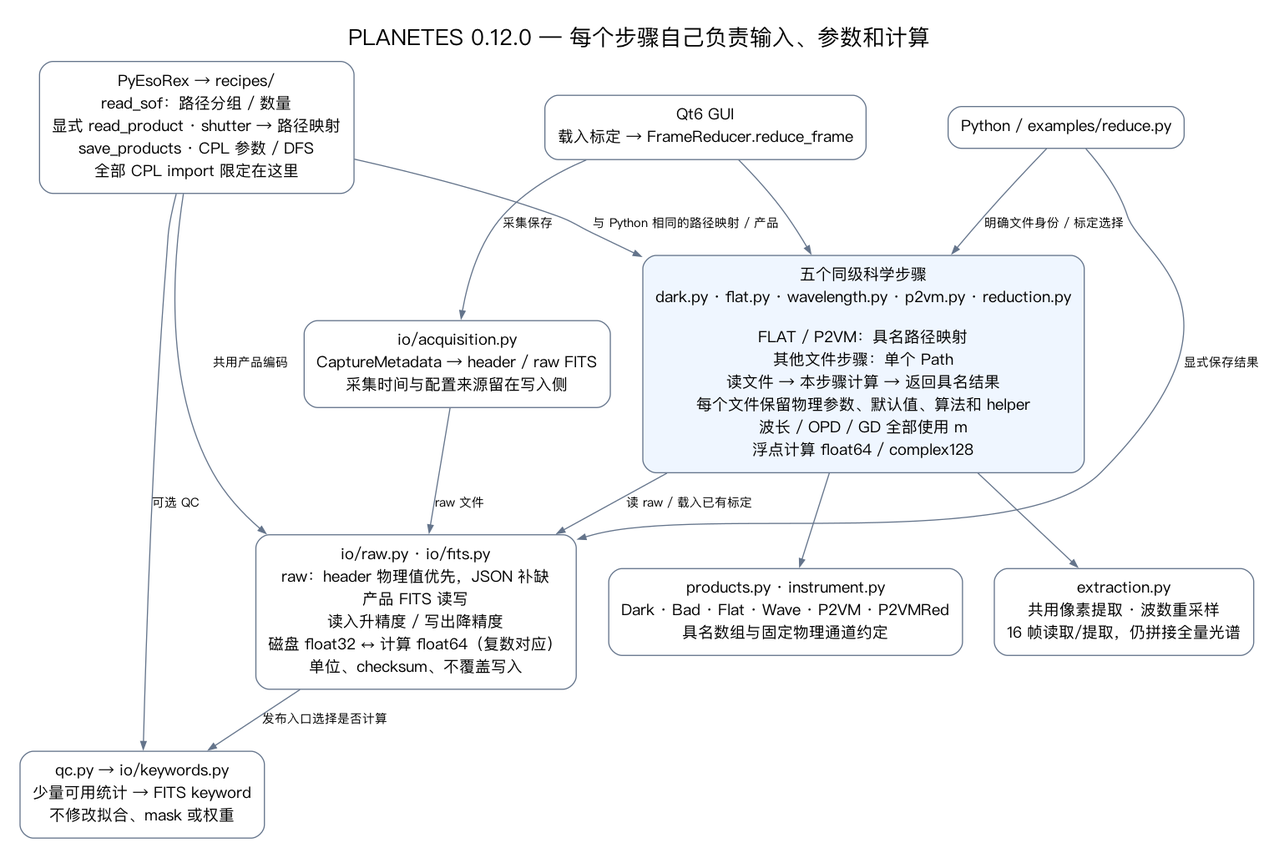
Before: docs/architecture.png, a diagram exported from Graphviz (zexwu/planetes_pipe). Its source is kept beside it as docs/architecture.dot.
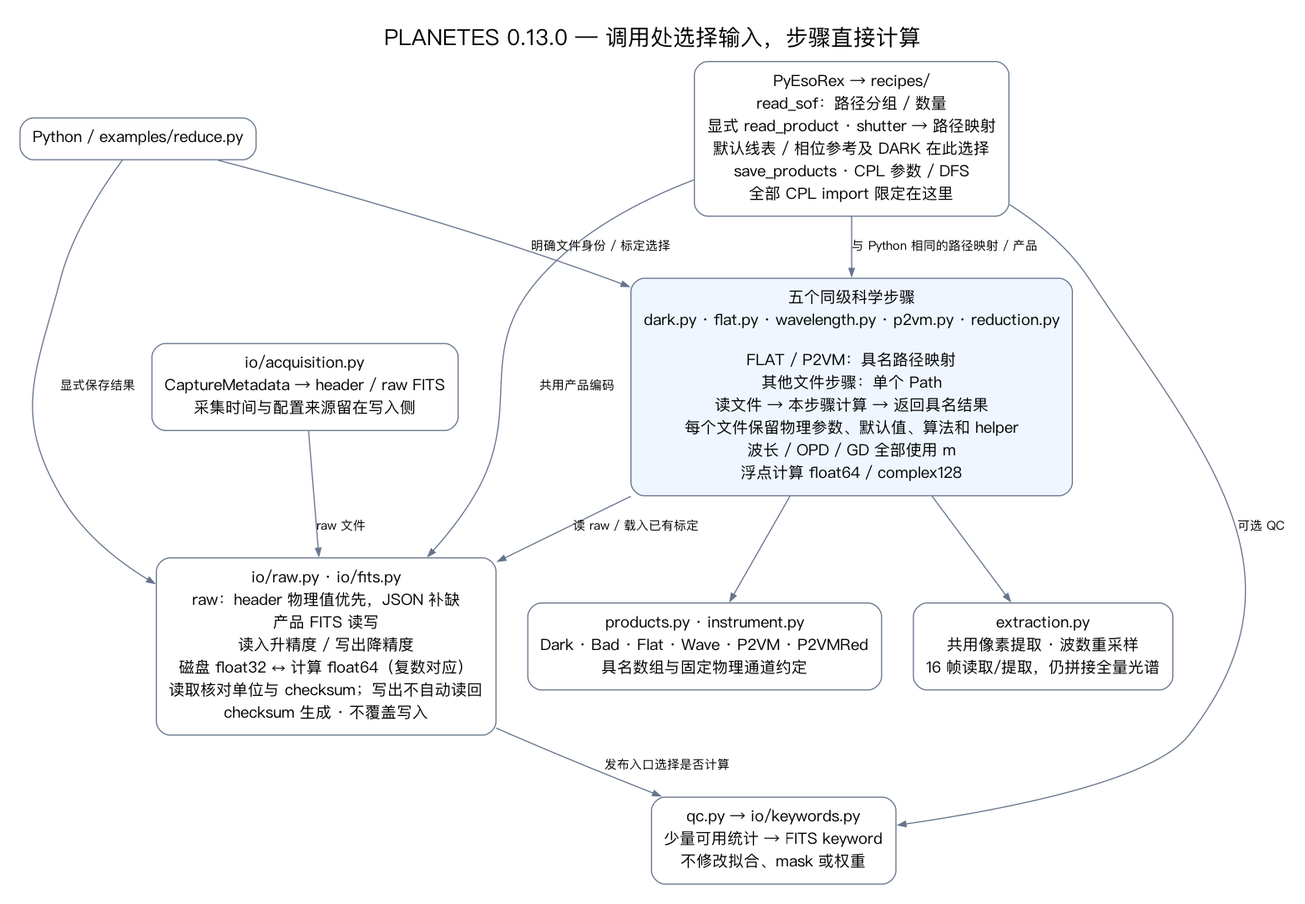
The same file after the commit.

Diff of the diagram source:
```diff
@@ -1,21 +1,18 @@
 digraph Architecture {
-  graph [rankdir=TB, bgcolor="white", pad=0.25, nodesep=0.4, ranksep=0.55, fontname="PingFang SC", fontsize=20, label="PLANETES 0.12.0 — 每个步骤自己负责输入、参数和计算", labelloc=t];
+  graph [rankdir=TB, bgcolor="white", pad=0.25, nodesep=0.4, ranksep=0.55, fontname="PingFang SC", fontsize=20, label="PLANETES 0.13.0 — 调用处选择输入，步骤直接计算", labelloc=t];
   node [shape=box, style="rounded", fontname="PingFang SC", fontsize=14, color="#64748b", margin="0.16,0.12"];
   edge [fontname="PingFang SC", fontsize=11, color="#64748b", arrowsize=0.7];
   python [label="Python / examples/reduce.py"];
-  recipes [label="PyEsoRex → recipes/\nread_sof：路径分组 / 数量\n显式 read_product · shutter → 路径映射\nsave_products · CPL 参数 / DFS\n全部 CPL import 限定在这里"];
-  gui [label="Qt6 GUI\n载入标定 → FrameReducer.reduce_frame"];
+  recipes [label="PyEsoRex → recipes/\nread_sof：路径分组 / 数量\n显式 read_product · shutter → 路径映射\n默认线表 / 相位参考及 DARK 在此选择\nsave_products · CPL 参数 / DFS\n全部 CPL import 限定在这里"];
   steps [label="五个同级科学步骤\ndark.py · flat.py · wavelength.py · p2vm.py · reduction.py\n\nFLAT / P2VM：具名路径映射\n其他文件步骤：单个 Path\n读文件 → 本步骤计算 → 返回具名结果\n每个文件保留物理参数、默认值、算法和 helper\n波长 / OPD / GD 全部使用 m\n浮点计算 float64 / complex128", style="rounded,filled", fillcolor="#eff6ff"];
   extraction [label="extraction.py\n共用像素提取 · 波数重采样\n16 帧读取/提取，仍拼接全量光谱"];
-  io [label="io/raw.py · io/fits.py\nraw：header 物理值优先，JSON 补缺\n产品 FITS 读写\n读入升精度 / 写出降精度\n磁盘 float32 ↔ 计算 float64（复数对应）\n单位、checksum、不覆盖写入"];
+  io [label="io/raw.py · io/fits.py\nraw：header 物理值优先，JSON 补缺\n产品 FITS 读写\n读入升精度 / 写出降精度\n磁盘 float32 ↔ 计算 float64（复数对应）\n读取核对单位与 checksum；写出不自动读回\nchecksum 生成 · 不覆盖写入"];
   acquisition [label="io/acquisition.py\nCaptureMetadata → header / raw FITS\n采集时间与配置来源留在写入侧"];
   products [label="products.py · instrument.py\nDark · Bad · Flat · Wave · P2VM · P2VMRed\n具名数组与固定物理通道约定"];
   qc [label="qc.py → io/keywords.py\n少量可用统计 → FITS keyword\n不修改拟合、mask 或权重"];
-  {rank=same; python; recipes; gui;}
+  {rank=same; python; recipes;}
   python -> steps [label="明确文件身份 / 标定选择"];
   recipes -> steps [label="与 Python 相同的路径映射 / 产品"];
-  gui -> steps;
-  gui -> acquisition [label="采集保存"];
   acquisition -> io [label="raw 文件"];
   steps -> extraction;
   steps -> products;
```
